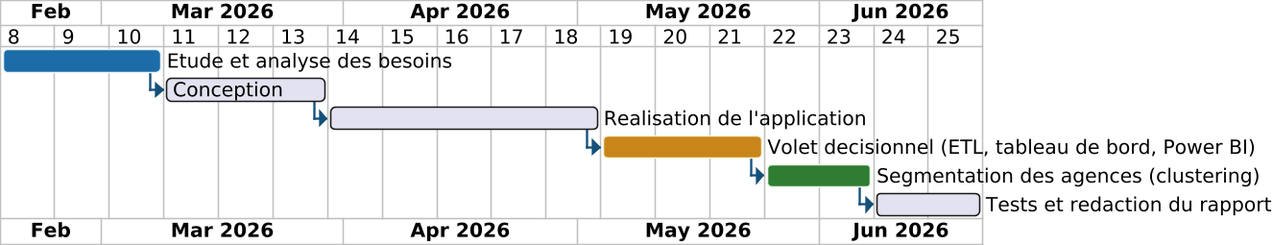
Earlier version of the PlantUML export rapport-latex/diagrams/gantt.png (ZizouX0/oussema_korbosli).
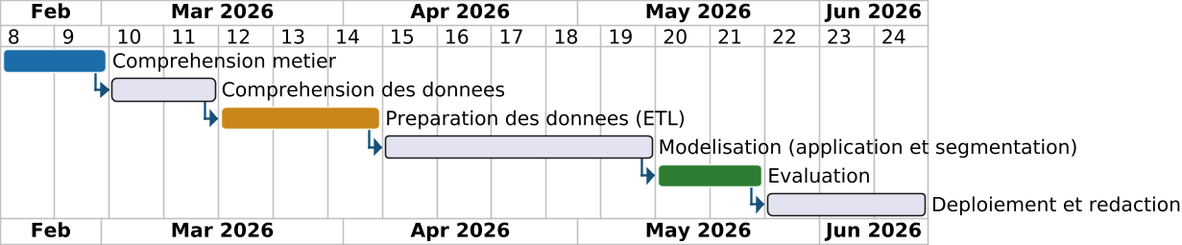
The same diagram one commit later.

Change to the diagram source:
```diff
@@ -9,18 +9,18 @@
 
 printscale weekly
 Project starts 2026-02-16
-[Etude et analyse des besoins] as [P1] lasts 3 weeks
+[Comprehension metier] as [P1] lasts 2 weeks
 [P1] is colored in #1B6CA8/#EAF3FA
-[Conception] as [P2] lasts 3 weeks
+[Comprehension des donnees] as [P2] lasts 2 weeks
 [P2] starts at [P1]'s end
-[Realisation de l'application] as [P3] lasts 5 weeks
+[Preparation des donnees (ETL)] as [P3] lasts 3 weeks
 [P3] starts at [P2]'s end
-[Volet decisionnel (ETL, tableau de bord, Power BI)] as [P4] lasts 3 weeks
+[P3] is colored in #C8861A/#FFF3DC
+[Modelisation (application et segmentation)] as [P4] lasts 5 weeks
 [P4] starts at [P3]'s end
-[P4] is colored in #C8861A/#FFF3DC
-[Segmentation des agences (clustering)] as [P5] lasts 2 weeks
+[Evaluation] as [P5] lasts 2 weeks
 [P5] starts at [P4]'s end
 [P5] is colored in #2E7D32/#E8F5E9
-[Tests et redaction du rapport] as [P6] lasts 2 weeks
+[Deploiement et redaction] as [P6] lasts 3 weeks
 [P6] starts at [P5]'s end
 @endgantt
```
